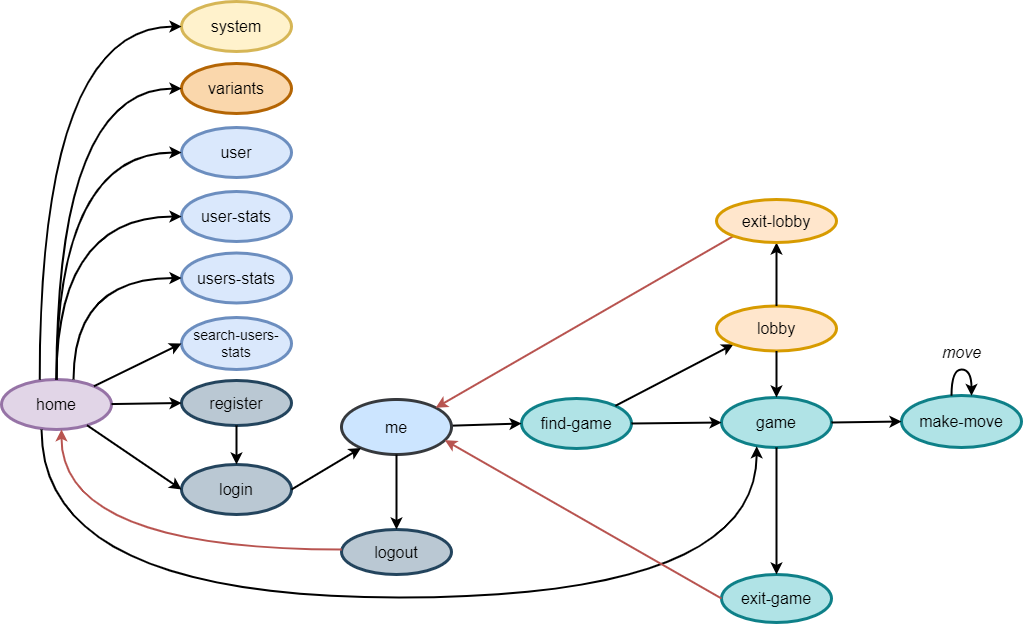
astral-projects/gomoku-web keeps this draw.io diagram as docs/diagrams/navigation-graph.png. Above is the earlier version. Source tidied: cells renumbered, new cells last; positions are measured from the earlier drawing's top-left corner, leaving out a move shared by most shapes.
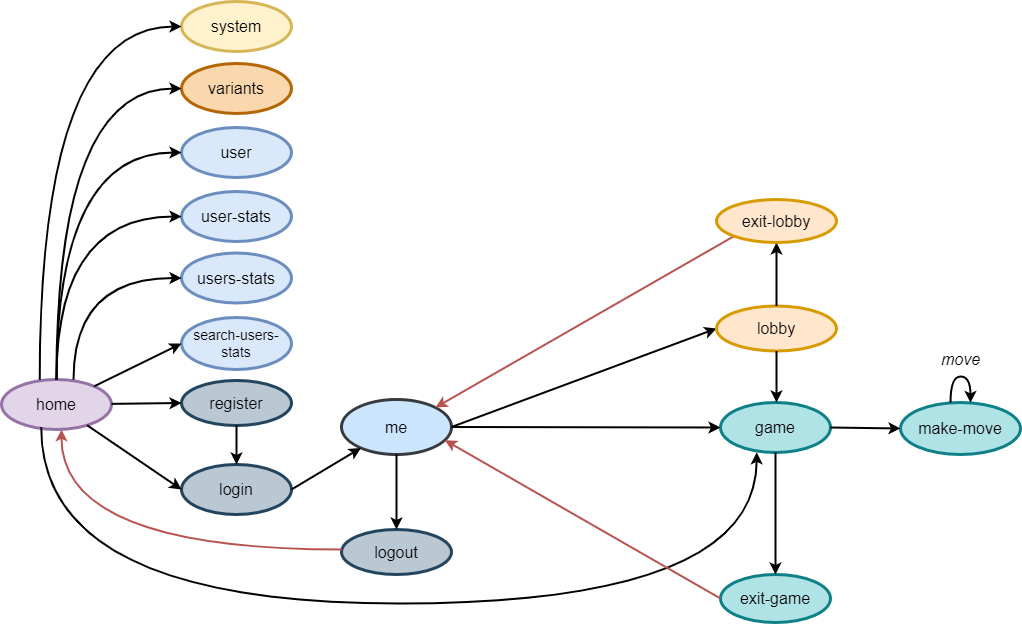
After the change.

What changed in the source:
```diff
@@ -17,9 +17,6 @@
     <mxCell id="6" value="&lt;span style=&quot;font-size: 16px;&quot;&gt;logout&lt;/span&gt;" style="ellipse;whiteSpace=wrap;html=1;fillColor=#bac8d3;strokeColor=#23445d;strokeWidth=3;" parent="1" vertex="1">
       <mxGeometry x="340" y="528" width="110" height="45" as="geometry" />
     </mxCell>
-    <mxCell id="7" value="&lt;span style=&quot;font-size: 16px;&quot;&gt;find-game&lt;br&gt;&lt;/span&gt;" style="ellipse;whiteSpace=wrap;html=1;fillColor=#b0e3e6;strokeColor=#0e8088;strokeWidth=3;" parent="1" vertex="1">
-      <mxGeometry x="520" y="397" width="110" height="50" as="geometry" />
-    </mxCell>
     <mxCell id="8" value="&lt;span style=&quot;font-size: 16px;&quot;&gt;users-stats&lt;/span&gt;" style="ellipse;whiteSpace=wrap;html=1;fillColor=#dae8fc;strokeColor=#6c8ebf;strokeWidth=3;" parent="1" vertex="1">
       <mxGeometry x="180" y="251.5" width="110" height="50" as="geometry" />
     </mxCell>
@@ -32,9 +29,6 @@
     <mxCell id="11" style="endArrow=classic;html=1;rounded=0;fontSize=16;entryX=0;entryY=0.5;entryDx=0;entryDy=0;strokeWidth=2;" parent="1" edge="1" source="2" target="4">
       <mxGeometry relative="1" as="geometry" />
     </mxCell>
-    <mxCell id="12" style="endArrow=classic;html=1;rounded=0;fontSize=16;entryX=0;entryY=0.5;entryDx=0;entryDy=0;strokeWidth=2;" parent="1" edge="1" source="13" target="7">
-      <mxGeometry relative="1" as="geometry" />
-    </mxCell>
     <mxCell id="13" value="&lt;span style=&quot;font-size: 16px;&quot;&gt;me&lt;/span&gt;" style="ellipse;whiteSpace=wrap;html=1;fillColor=#cce5ff;strokeColor=#36393d;strokeWidth=3;" parent="1" vertex="1">
       <mxGeometry x="340" y="398" width="110" height="55" as="geometry" />
     </mxCell>
@@ -55,26 +49,26 @@
       </mxGeometry>
     </mxCell>
     <mxCell id="18" value="&lt;span style=&quot;font-size: 16px;&quot;&gt;game&lt;/span&gt;" style="ellipse;whiteSpace=wrap;html=1;strokeWidth=3;fillColor=#b0e3e6;strokeColor=#0e8088;" parent="1" vertex="1">
-      <mxGeometry x="720" y="396" width="110" height="50" as="geometry" />
+      <mxGeometry x="719" y="401" width="110" height="50" as="geometry" />
     </mxCell>
-    <mxCell id="19" style="endArrow=classic;html=1;rounded=0;fontSize=16;entryX=0;entryY=0.5;entryDx=0;entryDy=0;exitX=1;exitY=0.5;exitDx=0;exitDy=0;strokeWidth=2;" parent="1" edge="1" source="7" target="18">
+    <mxCell id="19" style="endArrow=classic;html=1;rounded=0;fontSize=16;entryX=0;entryY=0.5;entryDx=0;entryDy=0;exitX=1;exitY=0.5;exitDx=0;exitDy=0;strokeWidth=2;" parent="1" edge="1" source="13" target="18">
       <mxGeometry relative="1" as="geometry" />
     </mxCell>
     <mxCell id="20" value="&lt;span style=&quot;font-size: 16px;&quot;&gt;make-move&lt;/span&gt;" style="ellipse;whiteSpace=wrap;html=1;fillColor=#b0e3e6;strokeColor=#0e8088;strokeWidth=3;" parent="1" vertex="1">
-      <mxGeometry x="900" y="394" width="120" height="52" as="geometry" />
+      <mxGeometry x="899" y="401" width="120" height="52" as="geometry" />
     </mxCell>
-    <mxCell id="21" style="endArrow=classic;html=1;rounded=0;fontSize=16;exitX=1;exitY=0;exitDx=0;exitDy=0;entryX=0;entryY=1;entryDx=0;entryDy=0;strokeWidth=2;" parent="1" edge="1" source="7" target="27">
+    <mxCell id="21" style="endArrow=classic;html=1;rounded=0;fontSize=16;exitX=1;exitY=0.5;exitDx=0;exitDy=0;entryX=0;entryY=0.5;entryDx=0;entryDy=0;strokeWidth=2;" parent="1" edge="1" source="13" target="27">
       <mxGeometry relative="1" as="geometry" />
     </mxCell>
     <mxCell id="22" style="endArrow=classic;html=1;rounded=0;fontSize=16;edgeStyle=orthogonalEdgeStyle;curved=1;strokeWidth=2;" parent="1" edge="1" source="20" target="20">
       <mxGeometry relative="1" as="geometry">
         <Array as="points">
-          <mxPoint x="960" y="368" />
+          <mxPoint x="959" y="375" />
         </Array>
       </mxGeometry>
     </mxCell>
     <mxCell id="23" value="&lt;i&gt;move&lt;/i&gt;" style="text;html=1;align=center;verticalAlign=middle;strokeColor=none;fillColor=none;fontSize=16;" parent="1" vertex="1">
-      <mxGeometry x="930" y="336" width="60" height="30" as="geometry" />
+      <mxGeometry x="929" y="343" width="60" height="30" as="geometry" />
     </mxCell>
     <mxCell id="24" value="&lt;span style=&quot;font-size: 16px;&quot;&gt;system&lt;/span&gt;" style="ellipse;whiteSpace=wrap;html=1;fillColor=#fff2cc;strokeColor=#d6b656;strokeWidth=3;" parent="1" vertex="1">
       <mxGeometry x="180" width="110" height="50" as="geometry" />
@@ -94,18 +88,17 @@
     <mxCell id="29" value="&lt;span style=&quot;font-size: 16px;&quot;&gt;exit-lobby&lt;/span&gt;" style="ellipse;whiteSpace=wrap;html=1;fillColor=#ffe6cc;strokeColor=#d79b00;strokeWidth=3;" parent="1" vertex="1">
       <mxGeometry x="715" y="198" width="120" height="43" as="geometry" />
     </mxCell>
-    <mxCell id="30" style="endArrow=classic;html=1;rounded=0;fontSize=16;entryX=0.32;entryY=1.016;entryDx=0;entryDy=0;strokeWidth=2;entryPerimeter=0;edgeStyle=orthogonalEdgeStyle;curved=1;" parent="1" edge="1">
+    <mxCell id="30" style="endArrow=classic;html=1;rounded=0;fontSize=16;entryX=0.32;entryY=1.016;entryDx=0;entryDy=0;strokeWidth=2;entryPerimeter=0;edgeStyle=orthogonalEdgeStyle;curved=1;exitX=0.361;exitY=0.957;exitDx=0;exitDy=0;exitPerimeter=0;" parent="1" edge="1" source="2">
       <mxGeometry relative="1" as="geometry">
-        <mxPoint x="40" y="428" as="sourcePoint" />
-        <mxPoint x="755.2" y="444.8" as="targetPoint" />
+        <mxPoint x="755.2" y="450.8" as="targetPoint" />
         <Array as="points">
-          <mxPoint x="40" y="596" />
-          <mxPoint x="755" y="596" />
+          <mxPoint x="40" y="602" />
+          <mxPoint x="755" y="602" />
         </Array>
       </mxGeometry>
     </mxCell>
     <mxCell id="31" value="&lt;span style=&quot;font-size: 16px;&quot;&gt;exit-game&lt;/span&gt;" style="ellipse;whiteSpace=wrap;html=1;fillColor=#b0e3e6;strokeColor=#0e8088;strokeWidth=3;" parent="1" vertex="1">
-      <mxGeometry x="720" y="573" width="110" height="48" as="geometry" />
+      <mxGeometry x="719" y="573" width="110" height="48" as="geometry" />
     </mxCell>
     <mxCell id="32" style="endArrow=classic;html=1;rounded=0;fontSize=16;exitX=0.5;exitY=1;exitDx=0;exitDy=0;entryX=0.5;entryY=0;entryDx=0;entryDy=0;strokeWidth=2;" parent="1" edge="1" source="18" target="31">
       <mxGeometry relative="1" as="geometry" />
@@ -113,8 +106,10 @@
     <mxCell id="33" style="endArrow=classic;html=1;rounded=0;fontSize=16;exitX=0;exitY=0.5;exitDx=0;exitDy=0;strokeWidth=2;entryX=0.94;entryY=0.74;entryDx=0;entryDy=0;fillColor=#f8cecc;strokeColor=#b85450;entryPerimeter=0;" parent="1" edge="1" source="31" target="13">
       <mxGeometry relative="1" as="geometry" />
     </mxCell>
-    <mxCell id="34" style="endArrow=classic;html=1;rounded=0;fontSize=16;exitX=0.5;exitY=1;exitDx=0;exitDy=0;entryX=0.5;entryY=0;entryDx=0;entryDy=0;strokeWidth=2;" parent="1" edge="1" source="27" target="18">
-      <mxGeometry relative="1" as="geometry" />
+    <mxCell id="34" style="endArrow=classic;html=1;rounded=0;fontSize=16;exitX=0.5;exitY=1;exitDx=0;exitDy=0;entryX=0.5;entryY=0;entryDx=0;entryDy=0;strokeWidth=2;" parent="1" edge="1" source="27">
+      <mxGeometry relative="1" as="geometry">
+        <mxPoint x="775" y="401" as="targetPoint" />
+      </mxGeometry>
     </mxCell>
     <mxCell id="35" value="&lt;span style=&quot;font-size: 16px;&quot;&gt;user&lt;/span&gt;" style="ellipse;whiteSpace=wrap;html=1;fillColor=#dae8fc;strokeColor=#6c8ebf;strokeWidth=3;" parent="1" vertex="1">
       <mxGeometry x="180" y="126" width="110" height="50" as="geometry" />
```
